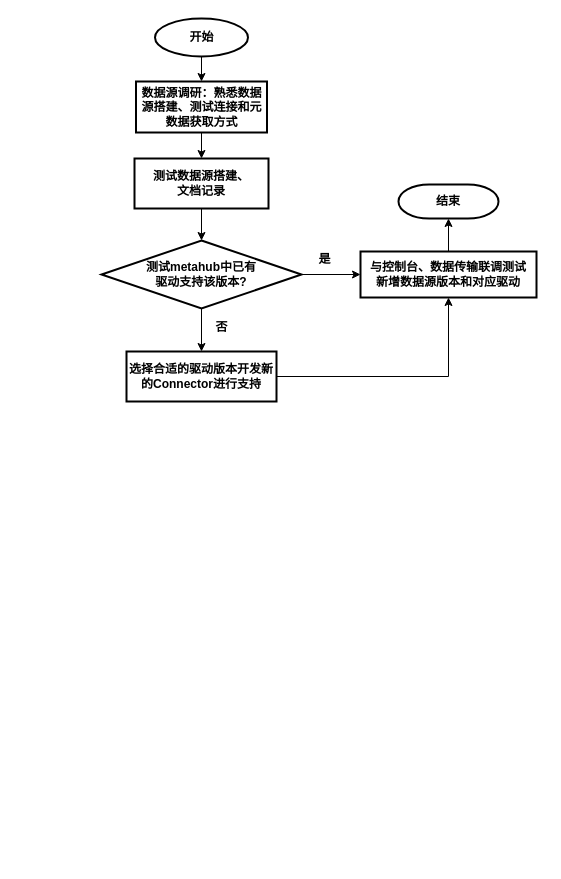
yangminWFN/studynotes keeps this draw.io diagram as cmd/未命名绘图.drawio. Above is the earlier version. Source tidied: cells renumbered, new cells numbered last; positions are measured from the earlier drawing's top-left corner, leaving out a move shared by most shapes. Both pictures are drawn from the tidied source at 100%, with x=0, y=0 at pixel (101, 18).
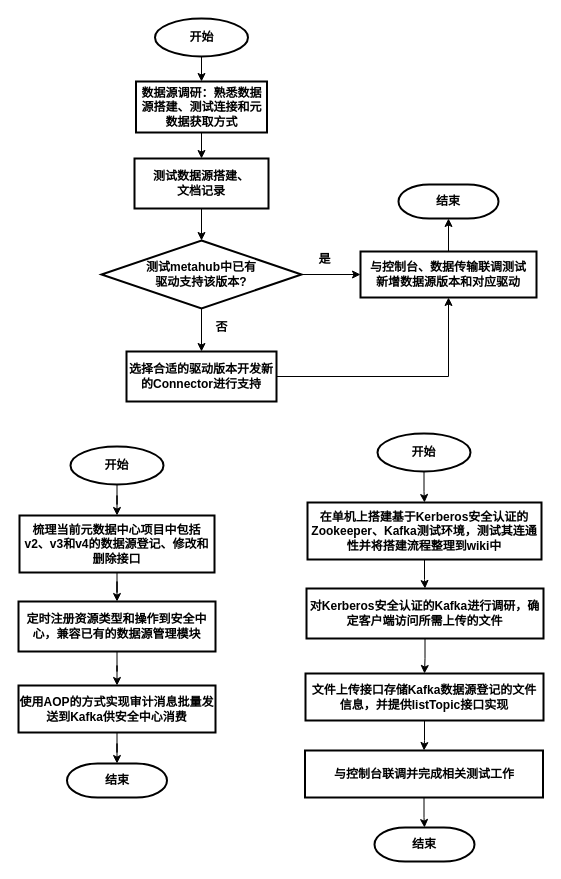
The same diagram, later.

Commit message:
更新未命名绘图.drawio

Diff of the diagram source:
```diff
@@
+    <mxCell id="18" style="edgeStyle=orthogonalEdgeStyle;rounded=0;jettySize=auto;html=1;" parent="1" edge="1" source="19" target="21">
+      <mxGeometry relative="1" as="geometry" />
+    </mxCell>
+    <mxCell id="19" value="开始" style="strokeWidth=2;html=1;shape=mxgraph.flowchart.start_1;whiteSpace=wrap;fontStyle=1;" parent="1" vertex="1">
+      <mxGeometry x="-31" y="428" width="93" height="38" as="geometry" />
+    </mxCell>
+    <mxCell id="20" style="edgeStyle=orthogonalEdgeStyle;rounded=0;jettySize=auto;html=1;" parent="1" edge="1" source="21" target="23">
+      <mxGeometry relative="1" as="geometry" />
+    </mxCell>
+    <mxCell id="21" value="梳理当前元数据中心项目中包括v2、v3和v4的数据源登记、修改和删除接口" style="whiteSpace=wrap;html=1;strokeWidth=2;fontStyle=1;" parent="1" vertex="1">
+      <mxGeometry x="-82" y="497" width="195" height="57" as="geometry" />
+    </mxCell>
+    <mxCell id="22" style="edgeStyle=orthogonalEdgeStyle;rounded=0;jettySize=auto;html=1;" parent="1" edge="1" source="23" target="26">
+      <mxGeometry relative="1" as="geometry" />
+    </mxCell>
+    <mxCell id="23" value="定时注册资源类型和操作到安全中心，兼容已有的数据源管理模块" style="whiteSpace=wrap;html=1;strokeWidth=2;fontStyle=1;" parent="1" vertex="1">
+      <mxGeometry x="-83" y="583" width="197" height="50" as="geometry" />
+    </mxCell>
+    <mxCell id="24" value="结束" style="strokeWidth=2;html=1;shape=mxgraph.flowchart.terminator;whiteSpace=wrap;fontStyle=1;" parent="1" vertex="1">
+      <mxGeometry x="-34.5" y="745" width="100" height="34" as="geometry" />
+    </mxCell>
+    <mxCell id="25" style="edgeStyle=orthogonalEdgeStyle;rounded=0;jettySize=auto;html=1;" parent="1" edge="1" source="26" target="24">
+      <mxGeometry relative="1" as="geometry" />
+    </mxCell>
+    <mxCell id="26" value="使用AOP的方式实现审计消息批量发送到Kafka供安全中心消费" style="whiteSpace=wrap;html=1;strokeWidth=2;fontStyle=1;" parent="1" vertex="1">
+      <mxGeometry x="-83" y="667" width="197" height="47" as="geometry" />
+    </mxCell>
+    <mxCell id="27" style="edgeStyle=orthogonalEdgeStyle;rounded=0;jettySize=auto;html=1;" parent="1" edge="1" source="28" target="30">
+      <mxGeometry relative="1" as="geometry" />
+    </mxCell>
+    <mxCell id="28" value="开始" style="strokeWidth=2;html=1;shape=mxgraph.flowchart.start_1;whiteSpace=wrap;fontStyle=1;" parent="1" vertex="1">
+      <mxGeometry x="276" y="415" width="93" height="38" as="geometry" />
+    </mxCell>
+    <mxCell id="29" style="edgeStyle=orthogonalEdgeStyle;rounded=0;jettySize=auto;html=1;" parent="1" edge="1" source="30" target="32">
+      <mxGeometry relative="1" as="geometry" />
+    </mxCell>
+    <mxCell id="30" value="在单机上搭建基于Kerberos安全认证的Zookeeper、Kafka测试环境，测试其连通性并将搭建流程整理到wiki中" style="whiteSpace=wrap;html=1;strokeWidth=2;fontStyle=1;" parent="1" vertex="1">
+      <mxGeometry x="206" y="484" width="234" height="57" as="geometry" />
+    </mxCell>
+    <mxCell id="31" style="edgeStyle=orthogonalEdgeStyle;rounded=0;jettySize=auto;html=1;" parent="1" edge="1" source="32" target="36">
+      <mxGeometry relative="1" as="geometry" />
+    </mxCell>
+    <mxCell id="32" value="对Kerberos安全认证的Kafka进行调研，确定客户端访问所需上传的文件" style="whiteSpace=wrap;html=1;strokeWidth=2;fontStyle=1;" parent="1" vertex="1">
+      <mxGeometry x="205" y="570" width="237" height="50" as="geometry" />
+    </mxCell>
+    <mxCell id="33" value="结束" style="strokeWidth=2;html=1;shape=mxgraph.flowchart.terminator;whiteSpace=wrap;fontStyle=1;" parent="1" vertex="1">
+      <mxGeometry x="273" y="809" width="100" height="34" as="geometry" />
+    </mxCell>
+    <mxCell id="34" style="edgeStyle=orthogonalEdgeStyle;rounded=0;jettySize=auto;html=1;startArrow=none;" parent="1" edge="1" source="37" target="33">
+      <mxGeometry relative="1" as="geometry" />
+    </mxCell>
+    <mxCell id="35" style="edgeStyle=orthogonalEdgeStyle;rounded=0;jettySize=auto;html=1;" parent="1" edge="1" source="36" target="37">
+      <mxGeometry relative="1" as="geometry" />
+    </mxCell>
+    <mxCell id="36" value="文件上传接口存储Kafka数据源登记的文件信息，并提供listTopic接口实现" style="whiteSpace=wrap;html=1;strokeWidth=2;fontStyle=1;" parent="1" vertex="1">
+      <mxGeometry x="204" y="655" width="238" height="47" as="geometry" />
+    </mxCell>
+    <mxCell id="37" value="与控制台联调并完成相关测试工作" style="whiteSpace=wrap;html=1;strokeWidth=2;fontStyle=1;" parent="1" vertex="1">
+      <mxGeometry x="203.5" y="732" width="238" height="47" as="geometry" />
+    </mxCell>
```
